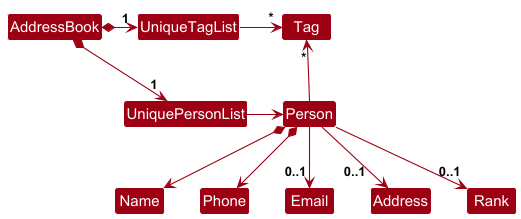
Dumboiroy/tp keeps this PlantUML diagram as docs/images/BetterModelClassDiagram.png. Above is the earlier version.
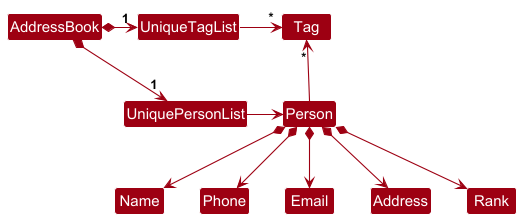
The same file after the commit.

Change to the diagram source:
```diff
@@ -16,7 +16,7 @@
 
 Person *--> Name
 Person *--> Phone
-Person --> "0..1" Email
-Person --> "0..1   " Address
-Person --> "   0..1" Rank
+Person *--> Email
+Person *--> Address
+Person *--> Rank
 @enduml
```
